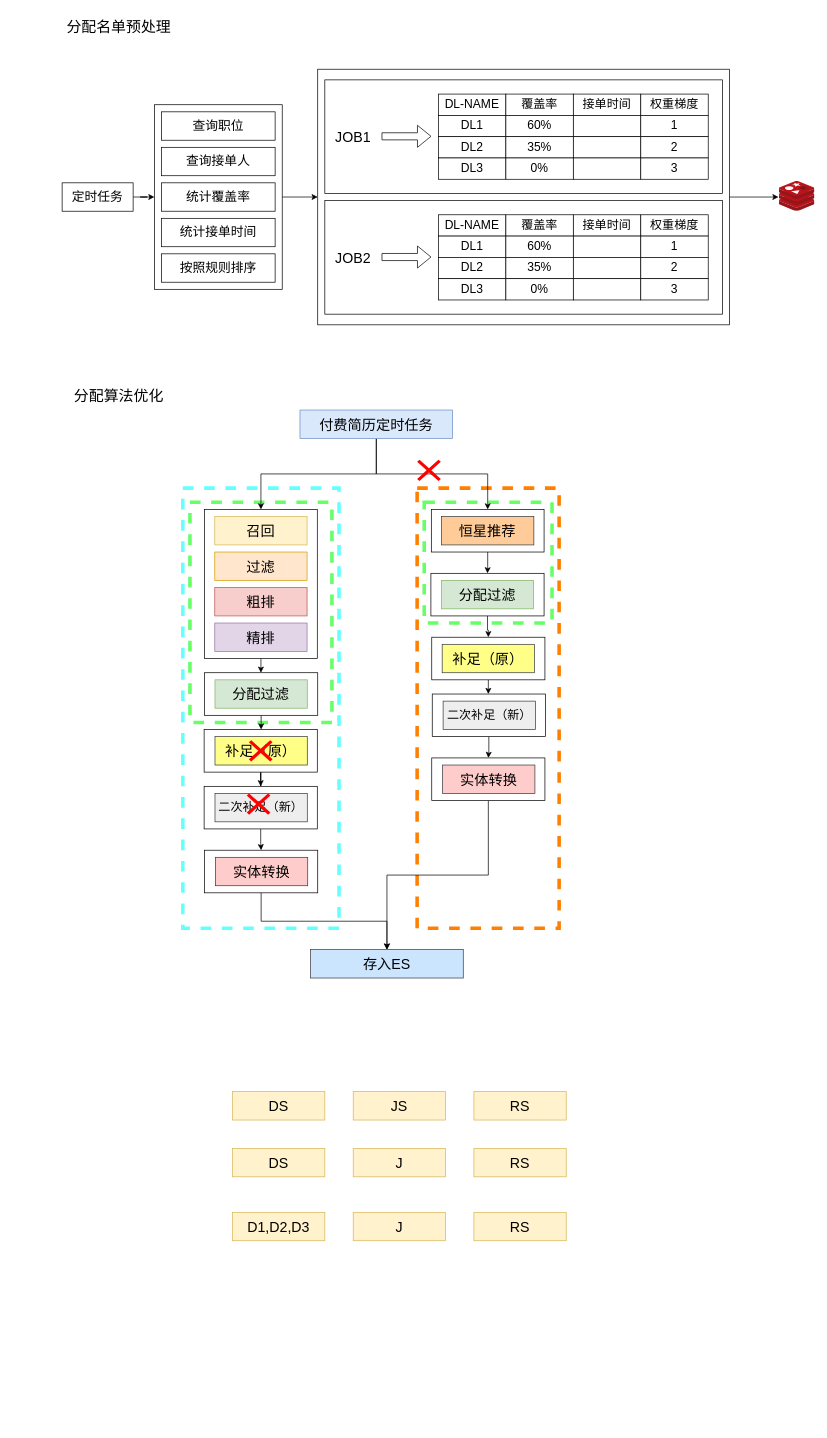
Earlier version of the draw.io diagram 推荐分配算法优化.drawio (LuOyEbY/draw-b). Source tidied: cells renumbered, new cells numbered last; positions are measured from the earlier drawing's top-left corner, leaving out a move shared by most shapes. Both pictures are drawn from the tidied source at 71%, with x=0, y=0 at pixel (62, 12).
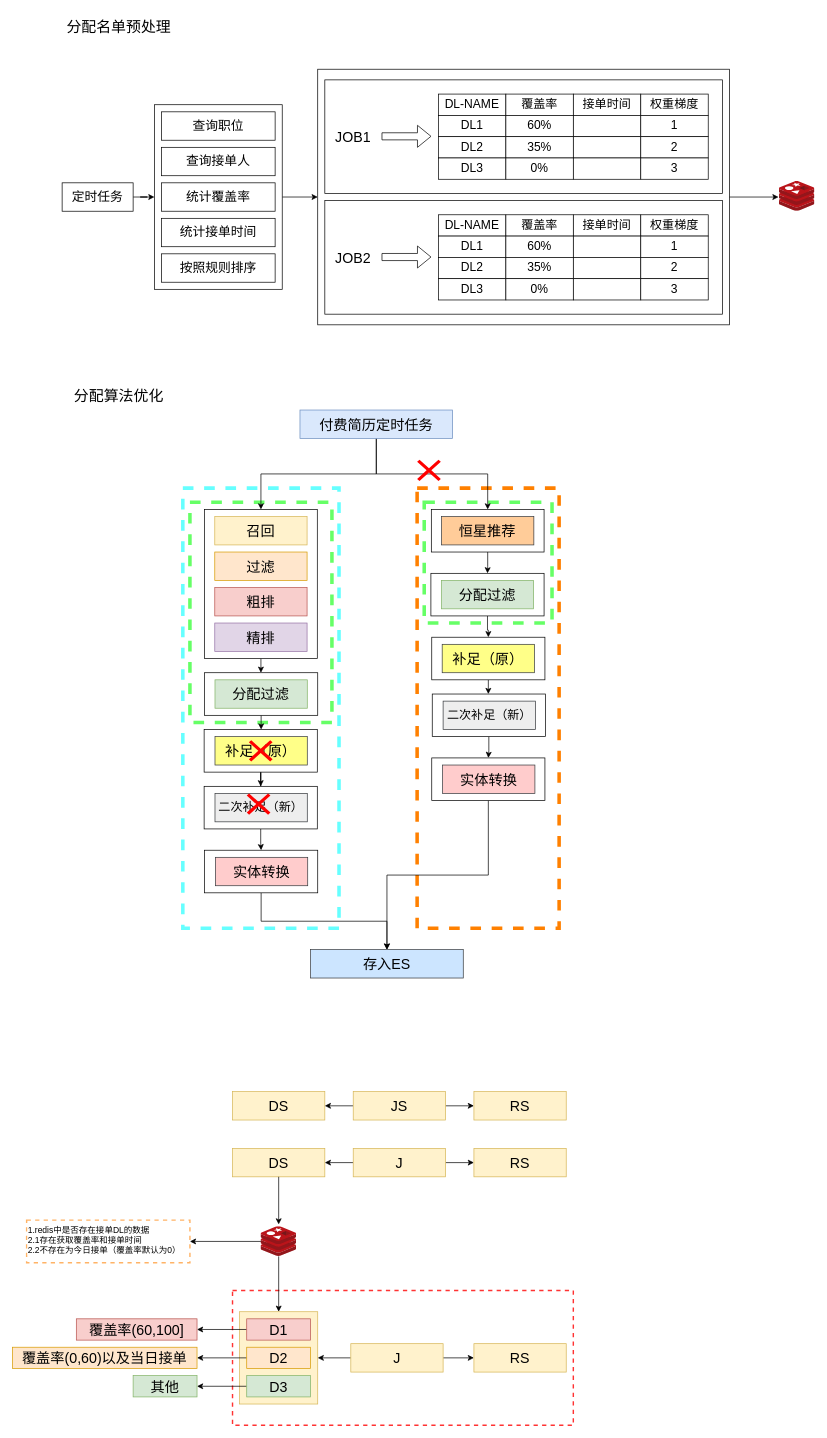
The same diagram, later.

Commit message:
更新推荐分配算法优化.drawio

The change refers to these unchanged cells:
```xml
<mxCell id="103" value="DS" style="rounded=0;whiteSpace=wrap;html=1;fontSize=20;fillColor=#fff2cc;strokeColor=#d6b656;" parent="1" vertex="1">
  <mxGeometry x="240" y="1520" width="130" height="40" as="geometry" />
</mxCell>
<mxCell id="104" value="JS" style="rounded=0;whiteSpace=wrap;html=1;fontSize=20;fillColor=#fff2cc;strokeColor=#d6b656;" parent="1" vertex="1">
  <mxGeometry x="410" y="1520" width="130" height="40" as="geometry" />
</mxCell>
<mxCell id="105" value="RS" style="rounded=0;whiteSpace=wrap;html=1;fontSize=20;fillColor=#fff2cc;strokeColor=#d6b656;" parent="1" vertex="1">
  <mxGeometry x="580" y="1520" width="130" height="40" as="geometry" />
</mxCell>
<mxCell id="106" value="DS" style="rounded=0;whiteSpace=wrap;html=1;fontSize=20;fillColor=#fff2cc;strokeColor=#d6b656;" parent="1" vertex="1">
  <mxGeometry x="240" y="1600" width="130" height="40" as="geometry" />
</mxCell>
<mxCell id="107" value="J" style="rounded=0;whiteSpace=wrap;html=1;fontSize=20;fillColor=#fff2cc;strokeColor=#d6b656;" parent="1" vertex="1">
  <mxGeometry x="410" y="1600" width="130" height="40" as="geometry" />
</mxCell>
<mxCell id="108" value="RS" style="rounded=0;whiteSpace=wrap;html=1;fontSize=20;fillColor=#fff2cc;strokeColor=#d6b656;" parent="1" vertex="1">
  <mxGeometry x="580" y="1600" width="130" height="40" as="geometry" />
</mxCell>
```

Diff of the diagram source:
```diff
@@
+    <mxCell id="112" style="rounded=0;whiteSpace=wrap;html=1;dashed=1;strokeColor=#FF3333;strokeWidth=2;" parent="1" vertex="1">
+      <mxGeometry x="240" y="1800" width="480" height="190" as="geometry" />
+    </mxCell>
@@
+    <mxCell id="113" style="edgeStyle=orthogonalEdgeStyle;rounded=0;jettySize=auto;html=1;entryX=1;entryY=0.5;entryDx=0;entryDy=0;" parent="1" edge="1" source="104" target="103">
+      <mxGeometry relative="1" as="geometry" />
+    </mxCell>
+    <mxCell id="114" style="edgeStyle=orthogonalEdgeStyle;rounded=0;jettySize=auto;html=1;" parent="1" edge="1" source="104" target="105">
+      <mxGeometry relative="1" as="geometry" />
+    </mxCell>
@@
+    <mxCell id="115" style="edgeStyle=orthogonalEdgeStyle;rounded=0;jettySize=auto;html=1;entryX=0;entryY=0.5;entryDx=0;entryDy=0;" parent="1" edge="1" source="107" target="108">
+      <mxGeometry relative="1" as="geometry" />
+    </mxCell>
+    <mxCell id="116" style="edgeStyle=orthogonalEdgeStyle;rounded=0;jettySize=auto;html=1;entryX=1;entryY=0.5;entryDx=0;entryDy=0;" parent="1" edge="1" source="107" target="106">
+      <mxGeometry relative="1" as="geometry" />
+    </mxCell>
@@
-    <mxCell id="109" value="D1,D2,D3" style="rounded=0;whiteSpace=wrap;html=1;fontSize=20;fillColor=#fff2cc;strokeColor=#d6b656;" parent="1" vertex="1">
-      <mxGeometry x="240" y="1690" width="130" height="40" as="geometry" />
+    <mxCell id="109" style="rounded=0;whiteSpace=wrap;html=1;fontSize=20;fillColor=#fff2cc;strokeColor=#d6b656;" parent="1" vertex="1">
+      <mxGeometry x="250" y="1830" width="110" height="130" as="geometry" />
     </mxCell>
+    <mxCell id="117" style="edgeStyle=orthogonalEdgeStyle;rounded=0;jettySize=auto;html=1;entryX=1;entryY=0.5;entryDx=0;entryDy=0;" parent="1" edge="1" source="110" target="109">
+      <mxGeometry relative="1" as="geometry" />
+    </mxCell>
+    <mxCell id="118" style="edgeStyle=orthogonalEdgeStyle;rounded=0;jettySize=auto;html=1;" parent="1" edge="1" source="110" target="111">
+      <mxGeometry relative="1" as="geometry" />
+    </mxCell>
     <mxCell id="110" value="J" style="rounded=0;whiteSpace=wrap;html=1;fontSize=20;fillColor=#fff2cc;strokeColor=#d6b656;" parent="1" vertex="1">
-      <mxGeometry x="410" y="1690" width="130" height="40" as="geometry" />
+      <mxGeometry x="406.6" y="1875" width="130" height="40" as="geometry" />
     </mxCell>
     <mxCell id="111" value="RS" style="rounded=0;whiteSpace=wrap;html=1;fontSize=20;fillColor=#fff2cc;strokeColor=#d6b656;" parent="1" vertex="1">
-      <mxGeometry x="580" y="1690" width="130" height="40" as="geometry" />
+      <mxGeometry x="580" y="1875" width="130" height="40" as="geometry" />
     </mxCell>
+    <mxCell id="119" style="edgeStyle=orthogonalEdgeStyle;rounded=0;jettySize=auto;html=1;entryX=0.5;entryY=0;entryDx=0;entryDy=0;" parent="1" edge="1" source="121" target="109">
+      <mxGeometry relative="1" as="geometry" />
+    </mxCell>
+    <mxCell id="120" style="edgeStyle=orthogonalEdgeStyle;rounded=0;jettySize=auto;html=1;" parent="1" edge="1" source="121" target="129">
+      <mxGeometry relative="1" as="geometry" />
+    </mxCell>
+    <mxCell id="121" style="image;sketch=0;html=1;points=[];align=center;fontSize=12;image=img/lib/mscae/Cache_Redis_Product.svg;" parent="1" vertex="1">
+      <mxGeometry x="280" y="1710" width="50" height="42" as="geometry" />
+    </mxCell>
+    <mxCell id="122" style="edgeStyle=orthogonalEdgeStyle;rounded=0;jettySize=auto;html=1;entryX=0.5;entryY=-0.071;entryDx=0;entryDy=0;entryPerimeter=0;" parent="1" edge="1" source="106" target="121">
+      <mxGeometry relative="1" as="geometry" />
+    </mxCell>
+    <mxCell id="123" style="edgeStyle=orthogonalEdgeStyle;rounded=0;jettySize=auto;html=1;entryX=1;entryY=0.5;entryDx=0;entryDy=0;" parent="1" edge="1" source="124" target="130">
+      <mxGeometry relative="1" as="geometry" />
+    </mxCell>
+    <mxCell id="124" value="D1" style="rounded=0;whiteSpace=wrap;html=1;fontSize=20;fillColor=#f8cecc;strokeColor=#b85450;" parent="1" vertex="1">
+      <mxGeometry x="260" y="1840" width="90" height="30" as="geometry" />
+    </mxCell>
+    <mxCell id="125" style="edgeStyle=orthogonalEdgeStyle;rounded=0;jettySize=auto;html=1;entryX=1;entryY=0.5;entryDx=0;entryDy=0;" parent="1" edge="1" source="126" target="131">
+      <mxGeometry relative="1" as="geometry" />
+    </mxCell>
+    <mxCell id="126" value="D2" style="rounded=0;whiteSpace=wrap;html=1;fontSize=20;fillColor=#ffe6cc;strokeColor=#d79b00;" parent="1" vertex="1">
+      <mxGeometry x="260" y="1880" width="90" height="30" as="geometry" />
+    </mxCell>
+    <mxCell id="127" style="edgeStyle=orthogonalEdgeStyle;rounded=0;jettySize=auto;html=1;entryX=1;entryY=0.5;entryDx=0;entryDy=0;" parent="1" edge="1" source="128" target="132">
+      <mxGeometry relative="1" as="geometry" />
+    </mxCell>
+    <mxCell id="128" value="D3" style="rounded=0;whiteSpace=wrap;html=1;fontSize=20;fillColor=#d5e8d4;strokeColor=#82b366;" parent="1" vertex="1">
+      <mxGeometry x="260" y="1920" width="90" height="30" as="geometry" />
+    </mxCell>
+    <mxCell id="129" value="1.redis中是否存在接单DL的数据&lt;br&gt;2.1存在获取覆盖率和接单时间&lt;br&gt;2.2不存在为今日接单（覆盖率默认为0）" style="whiteSpace=wrap;html=1;verticalAlign=top;labelBackgroundColor=default;sketch=0;align=left;dashed=1;strokeColor=#FFB366;strokeWidth=2;" parent="1" vertex="1">
+      <mxGeometry x="-50" y="1701" width="230" height="60" as="geometry" />
+    </mxCell>
+    <mxCell id="130" value="覆盖率(60,100]" style="rounded=0;whiteSpace=wrap;html=1;fontSize=20;fillColor=#f8cecc;strokeColor=#b85450;" parent="1" vertex="1">
+      <mxGeometry x="20" y="1840" width="170" height="30" as="geometry" />
+    </mxCell>
+    <mxCell id="131" value="覆盖率(0,60)以及当日接单" style="rounded=0;whiteSpace=wrap;html=1;fontSize=20;fillColor=#ffe6cc;strokeColor=#d79b00;" parent="1" vertex="1">
+      <mxGeometry x="-70" y="1880" width="260" height="30" as="geometry" />
+    </mxCell>
+    <mxCell id="132" value="其他" style="rounded=0;whiteSpace=wrap;html=1;fontSize=20;fillColor=#d5e8d4;strokeColor=#82b366;" parent="1" vertex="1">
+      <mxGeometry x="100" y="1920" width="90" height="30" as="geometry" />
+    </mxCell>
```
